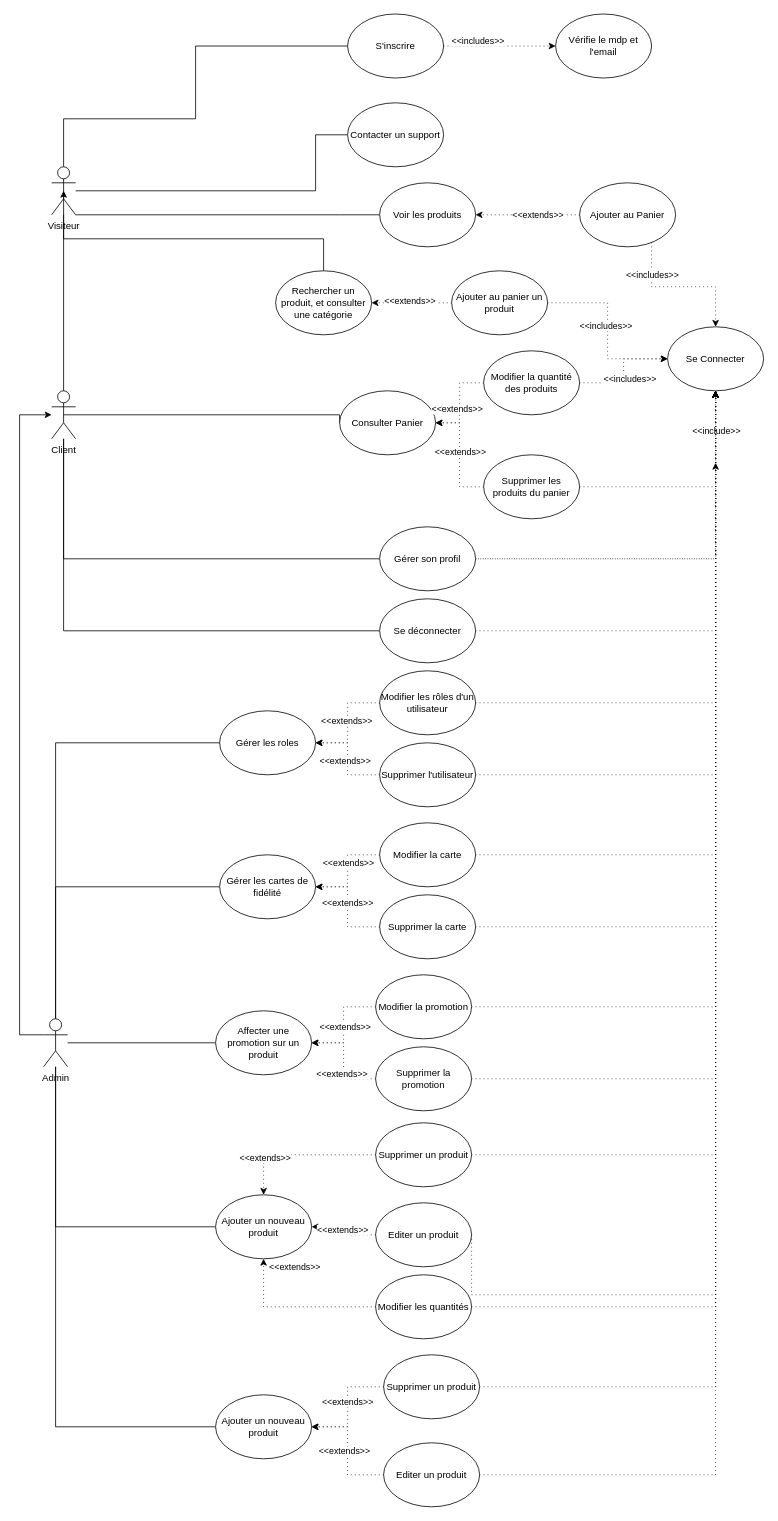
This is officiel/Usecasevitality2.drawio from BanggEddy/UML-MeriseVitality, a draw.io file, before an edit. Source tidied: cells renumbered, new cells numbered last; positions are measured from the earlier drawing's top-left corner, leaving out a move shared by most shapes. Both pictures are drawn from the tidied source at 80%, with x=0, y=0 at pixel (19, 14).
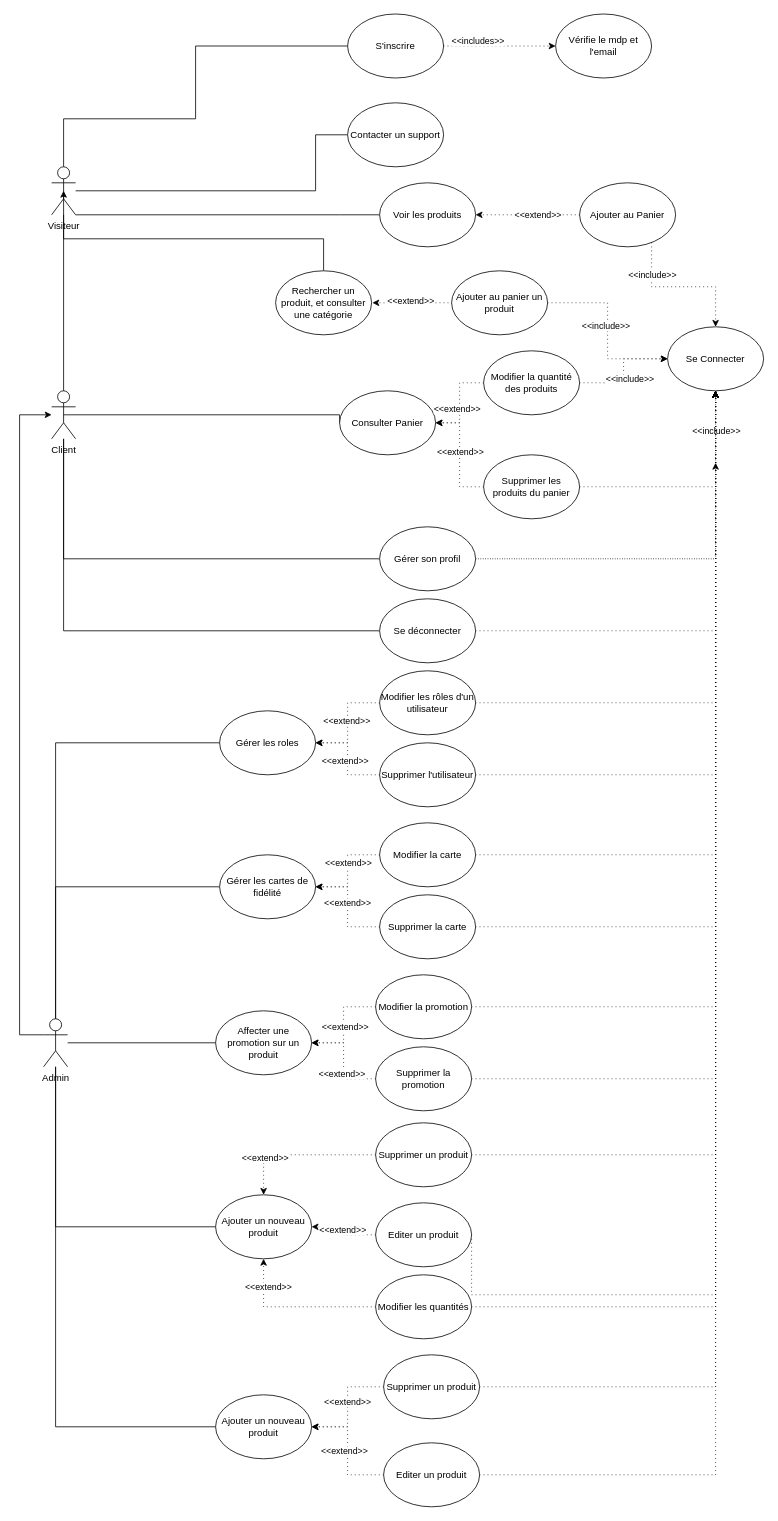
Above is the later version.

The change refers to these unchanged cells:
```xml
<mxCell id="20" style="edgeStyle=orthogonalEdgeStyle;rounded=0;jettySize=auto;html=1;dashed=1;dashPattern=1 4;" parent="1" edge="1" source="24" target="8">
  <mxGeometry relative="1" as="geometry" />
</mxCell>
<mxCell id="22" style="edgeStyle=orthogonalEdgeStyle;rounded=0;jettySize=auto;html=1;dashed=1;dashPattern=1 4;" parent="1" edge="1" source="24" target="17">
  <mxGeometry relative="1" as="geometry">
    <Array as="points">
      <mxPoint x="790" y="341" />
      <mxPoint x="870" y="341" />
    </Array>
  </mxGeometry>
</mxCell>
<mxCell id="30" style="edgeStyle=orthogonalEdgeStyle;rounded=0;jettySize=auto;html=1;dashed=1;dashPattern=1 4;" parent="1" edge="1" source="33" target="11">
  <mxGeometry relative="1" as="geometry" />
</mxCell>
<mxCell id="34" style="edgeStyle=orthogonalEdgeStyle;rounded=0;jettySize=auto;html=1;dashed=1;dashPattern=1 4;" parent="1" edge="1" source="38" target="11">
  <mxGeometry relative="1" as="geometry" />
</mxCell>
<mxCell id="36" style="edgeStyle=orthogonalEdgeStyle;rounded=0;jettySize=auto;html=1;dashed=1;dashPattern=1 4;" parent="1" edge="1" source="38" target="17">
  <mxGeometry relative="1" as="geometry" />
</mxCell>
<mxCell id="44" style="edgeStyle=orthogonalEdgeStyle;rounded=0;jettySize=auto;html=1;endArrow=classic;endFill=1;dashed=1;dashPattern=1 4;" parent="1" edge="1" source="46" target="43">
  <mxGeometry relative="1" as="geometry" />
</mxCell>
<mxCell id="47" style="edgeStyle=orthogonalEdgeStyle;rounded=0;jettySize=auto;html=1;dashed=1;dashPattern=1 4;" parent="1" edge="1" source="50" target="43">
  <mxGeometry relative="1" as="geometry" />
</mxCell>
<mxCell id="51" style="edgeStyle=orthogonalEdgeStyle;rounded=0;jettySize=auto;html=1;dashed=1;dashPattern=1 4;" parent="1" edge="1" source="54" target="26">
  <mxGeometry relative="1" as="geometry" />
</mxCell>
<mxCell id="55" style="edgeStyle=orthogonalEdgeStyle;rounded=0;jettySize=auto;html=1;dashed=1;dashPattern=1 4;" parent="1" edge="1" source="58" target="26">
  <mxGeometry relative="1" as="geometry" />
</mxCell>
<mxCell id="59" style="edgeStyle=orthogonalEdgeStyle;rounded=0;jettySize=auto;html=1;endArrow=classic;endFill=1;dashed=1;dashPattern=1 4;" parent="1" edge="1" source="62" target="43">
  <mxGeometry relative="1" as="geometry" />
</mxCell>
<mxCell id="63" value="Rechercher un produit, et consulter une catégorie" style="ellipse;whiteSpace=wrap;html=1;" parent="1" vertex="1">
  <mxGeometry x="320" y="321" width="120" height="80" as="geometry" />
</mxCell>
<mxCell id="67" style="edgeStyle=orthogonalEdgeStyle;rounded=0;jettySize=auto;html=1;dashed=1;dashPattern=1 4;" parent="1" edge="1" source="70" target="65">
  <mxGeometry relative="1" as="geometry" />
</mxCell>
<mxCell id="71" style="edgeStyle=orthogonalEdgeStyle;rounded=0;jettySize=auto;html=1;dashed=1;dashPattern=1 4;" parent="1" edge="1" source="74" target="65">
  <mxGeometry relative="1" as="geometry" />
</mxCell>
<mxCell id="77" style="edgeStyle=orthogonalEdgeStyle;rounded=0;jettySize=auto;html=1;dashed=1;dashPattern=1 4;" parent="1" edge="1" source="79" target="17">
  <mxGeometry relative="1" as="geometry" />
</mxCell>
<mxCell id="79" value="Ajouter au panier un produit" style="ellipse;whiteSpace=wrap;html=1;" parent="1" vertex="1">
  <mxGeometry x="540" y="321" width="120" height="80" as="geometry" />
</mxCell>
<mxCell id="80" style="edgeStyle=orthogonalEdgeStyle;rounded=0;jettySize=auto;html=1;dashed=1;dashPattern=1 4;" parent="1" edge="1" source="83" target="28">
  <mxGeometry relative="1" as="geometry" />
</mxCell>
<mxCell id="84" style="edgeStyle=orthogonalEdgeStyle;rounded=0;jettySize=auto;html=1;dashed=1;dashPattern=1 4;" parent="1" edge="1" source="87" target="28">
  <mxGeometry relative="1" as="geometry" />
</mxCell>
<mxCell id="90" style="edgeStyle=orthogonalEdgeStyle;rounded=0;jettySize=auto;html=1;dashed=1;dashPattern=1 4;" parent="1" edge="1" source="93" target="89">
  <mxGeometry relative="1" as="geometry" />
</mxCell>
<mxCell id="94" style="edgeStyle=orthogonalEdgeStyle;rounded=0;jettySize=auto;html=1;dashed=1;dashPattern=1 4;" parent="1" edge="1" source="97" target="89">
  <mxGeometry relative="1" as="geometry" />
</mxCell>
```

Change to the diagram source:
```diff
@@
-    <mxCell id="21" value="&amp;lt;&amp;lt;extends&amp;gt;&amp;gt;" style="edgeLabel;html=1;align=center;verticalAlign=middle;" parent="20" vertex="1">
+    <mxCell id="21" value="&amp;lt;&amp;lt;extend&amp;gt;&amp;gt;" style="edgeLabel;html=1;align=center;verticalAlign=middle;" parent="20" vertex="1">
       <mxGeometry x="-0.36" y="-2" relative="1" as="geometry">
         <mxPoint x="-11" y="2" as="offset" />
       </mxGeometry>
     </mxCell>
@@
-    <mxCell id="23" value="&amp;lt;&amp;lt;includes&amp;gt;&amp;gt;" style="edgeLabel;html=1;align=center;verticalAlign=middle;" parent="22" vertex="1">
+    <mxCell id="23" value="&amp;lt;&amp;lt;include&amp;gt;&amp;gt;" style="edgeLabel;html=1;align=center;verticalAlign=middle;" parent="22" vertex="1">
       <mxGeometry x="-0.58" relative="1" as="geometry">
         <mxPoint y="1" as="offset" />
       </mxGeometry>
     </mxCell>
@@
-    <mxCell id="31" value="&amp;lt;&amp;lt;extends&amp;gt;&amp;gt;" style="edgeLabel;html=1;align=center;verticalAlign=middle;" parent="30" vertex="1">
+    <mxCell id="31" value="&amp;lt;&amp;lt;extend&amp;gt;&amp;gt;" style="edgeLabel;html=1;align=center;verticalAlign=middle;" parent="30" vertex="1">
       <mxGeometry x="0.05" relative="1" as="geometry" />
     </mxCell>
@@
-    <mxCell id="35" value="&amp;lt;&amp;lt;extends&amp;gt;&amp;gt;" style="edgeLabel;html=1;align=center;verticalAlign=middle;" parent="34" vertex="1">
+    <mxCell id="35" value="&amp;lt;&amp;lt;extend&amp;gt;&amp;gt;" style="edgeLabel;html=1;align=center;verticalAlign=middle;" parent="34" vertex="1">
       <mxGeometry x="0.12" y="-4" relative="1" as="geometry" />
     </mxCell>
@@
-    <mxCell id="37" value="&amp;lt;&amp;lt;includes&amp;gt;&amp;gt;" style="edgeLabel;html=1;align=center;verticalAlign=middle;" parent="36" vertex="1">
+    <mxCell id="37" value="&amp;lt;&amp;lt;include&amp;gt;&amp;gt;" style="edgeLabel;html=1;align=center;verticalAlign=middle;" parent="36" vertex="1">
       <mxGeometry x="-0.15" y="-7" relative="1" as="geometry" />
     </mxCell>
@@
-    <mxCell id="45" value="&amp;lt;&amp;lt;extends&amp;gt;&amp;gt;" style="edgeLabel;html=1;align=center;verticalAlign=middle;" parent="44" vertex="1">
+    <mxCell id="45" value="&amp;lt;&amp;lt;extend&amp;gt;&amp;gt;" style="edgeLabel;html=1;align=center;verticalAlign=middle;" parent="44" vertex="1">
       <mxGeometry x="0.04" y="2" relative="1" as="geometry" />
     </mxCell>
@@
-    <mxCell id="48" value="&amp;lt;&amp;lt;extends&amp;gt;&amp;gt;" style="edgeLabel;html=1;align=center;verticalAlign=middle;" parent="47" vertex="1">
+    <mxCell id="48" value="&amp;lt;&amp;lt;extend&amp;gt;&amp;gt;" style="edgeLabel;html=1;align=center;verticalAlign=middle;" parent="47" vertex="1">
       <mxGeometry x="0.51" y="1" relative="1" as="geometry" />
     </mxCell>
@@
-    <mxCell id="52" value="&amp;lt;&amp;lt;extends&amp;gt;&amp;gt;" style="edgeLabel;html=1;align=center;verticalAlign=middle;" parent="51" vertex="1">
+    <mxCell id="52" value="&amp;lt;&amp;lt;extend&amp;gt;&amp;gt;" style="edgeLabel;html=1;align=center;verticalAlign=middle;" parent="51" vertex="1">
       <mxGeometry x="0.54" y="3" relative="1" as="geometry">
         <mxPoint x="6" y="27" as="offset" />
       </mxGeometry>
     </mxCell>
@@
-    <mxCell id="56" value="&amp;lt;&amp;lt;extends&amp;gt;&amp;gt;" style="edgeLabel;html=1;align=center;verticalAlign=middle;" parent="55" vertex="1">
+    <mxCell id="56" value="&amp;lt;&amp;lt;extend&amp;gt;&amp;gt;" style="edgeLabel;html=1;align=center;verticalAlign=middle;" parent="55" vertex="1">
       <mxGeometry x="-0.08" y="-1" relative="1" as="geometry">
         <mxPoint y="-1" as="offset" />
       </mxGeometry>
     </mxCell>
@@
-    <mxCell id="60" value="&amp;lt;&amp;lt;extends&amp;gt;&amp;gt;" style="edgeLabel;html=1;align=center;verticalAlign=middle;" parent="59" vertex="1">
+    <mxCell id="60" value="&amp;lt;&amp;lt;extend&amp;gt;&amp;gt;" style="edgeLabel;html=1;align=center;verticalAlign=middle;" parent="59" vertex="1">
       <mxGeometry x="-0.16" y="8" relative="1" as="geometry">
-        <mxPoint x="-18" y="-58" as="offset" />
+        <mxPoint x="-51" y="-33" as="offset" />
       </mxGeometry>
     </mxCell>
@@
-    <mxCell id="68" value="&amp;lt;&amp;lt;extends&amp;gt;&amp;gt;" style="edgeLabel;html=1;align=center;verticalAlign=middle;" parent="67" vertex="1">
+    <mxCell id="68" value="&amp;lt;&amp;lt;extend&amp;gt;&amp;gt;" style="edgeLabel;html=1;align=center;verticalAlign=middle;" parent="67" vertex="1">
       <mxGeometry x="0.02" relative="1" as="geometry">
         <mxPoint x="1" as="offset" />
       </mxGeometry>
     </mxCell>
@@
-    <mxCell id="72" value="&amp;lt;&amp;lt;extends&amp;gt;&amp;gt;" style="edgeLabel;html=1;align=center;verticalAlign=middle;" parent="71" vertex="1">
+    <mxCell id="72" value="&amp;lt;&amp;lt;extend&amp;gt;&amp;gt;" style="edgeLabel;html=1;align=center;verticalAlign=middle;" parent="71" vertex="1">
       <mxGeometry x="-0.25" y="4" relative="1" as="geometry">
         <mxPoint x="1" as="offset" />
       </mxGeometry>
     </mxCell>
@@
-    <mxCell id="75" style="edgeStyle=orthogonalEdgeStyle;rounded=0;jettySize=auto;html=1;dashed=1;dashPattern=1 4;" parent="1" edge="1" source="79" target="63">
-      <mxGeometry relative="1" as="geometry" />
+    <mxCell id="75" style="edgeStyle=orthogonalEdgeStyle;rounded=0;orthogonalLoop=1;jettySize=auto;html=1;dashed=1;dashPattern=1 4;" parent="1" edge="1">
+      <mxGeometry relative="1" as="geometry">
+        <mxPoint x="541" y="361" as="sourcePoint" />
+        <mxPoint x="441" y="361" as="targetPoint" />
+      </mxGeometry>
     </mxCell>
-    <mxCell id="76" value="&amp;lt;&amp;lt;extends&amp;gt;&amp;gt;" style="edgeLabel;html=1;align=center;verticalAlign=middle;" parent="75" vertex="1">
+    <mxCell id="76" value="&amp;lt;&amp;lt;extend&amp;gt;&amp;gt;" style="edgeLabel;html=1;align=center;verticalAlign=middle;" parent="75" vertex="1">
       <mxGeometry x="0.06" y="-3" relative="1" as="geometry" />
     </mxCell>
@@
-    <mxCell id="78" value="&amp;lt;&amp;lt;includes&amp;gt;&amp;gt;" style="edgeLabel;html=1;align=center;verticalAlign=middle;" parent="77" vertex="1">
+    <mxCell id="78" value="&amp;lt;&amp;lt;include&amp;gt;&amp;gt;" style="edgeLabel;html=1;align=center;verticalAlign=middle;" parent="77" vertex="1">
       <mxGeometry x="-0.06" y="-3" relative="1" as="geometry" />
     </mxCell>
@@
-    <mxCell id="81" value="&amp;lt;&amp;lt;extends&amp;gt;&amp;gt;" style="edgeLabel;html=1;align=center;verticalAlign=middle;" parent="80" vertex="1">
+    <mxCell id="81" value="&amp;lt;&amp;lt;extend&amp;gt;&amp;gt;" style="edgeLabel;html=1;align=center;verticalAlign=middle;" parent="80" vertex="1">
       <mxGeometry x="-0.05" y="-2" relative="1" as="geometry" />
     </mxCell>
@@
-    <mxCell id="85" value="&amp;lt;&amp;lt;extends&amp;gt;&amp;gt;" style="edgeLabel;html=1;align=center;verticalAlign=middle;" parent="84" vertex="1">
+    <mxCell id="85" value="&amp;lt;&amp;lt;extend&amp;gt;&amp;gt;" style="edgeLabel;html=1;align=center;verticalAlign=middle;" parent="84" vertex="1">
       <mxGeometry x="-0.04" y="4" relative="1" as="geometry" />
     </mxCell>
@@
-    <mxCell id="91" value="&amp;lt;&amp;lt;extends&amp;gt;&amp;gt;" style="edgeLabel;html=1;align=center;verticalAlign=middle;" parent="90" vertex="1">
+    <mxCell id="91" value="&amp;lt;&amp;lt;extend&amp;gt;&amp;gt;" style="edgeLabel;html=1;align=center;verticalAlign=middle;" parent="90" vertex="1">
       <mxGeometry x="-0.18" relative="1" as="geometry" />
     </mxCell>
@@
-    <mxCell id="95" value="&amp;lt;&amp;lt;extends&amp;gt;&amp;gt;" style="edgeLabel;html=1;align=center;verticalAlign=middle;" parent="94" vertex="1">
+    <mxCell id="95" value="&amp;lt;&amp;lt;extend&amp;gt;&amp;gt;" style="edgeLabel;html=1;align=center;verticalAlign=middle;" parent="94" vertex="1">
       <mxGeometry x="0.08" y="1" relative="1" as="geometry" />
     </mxCell>
```
